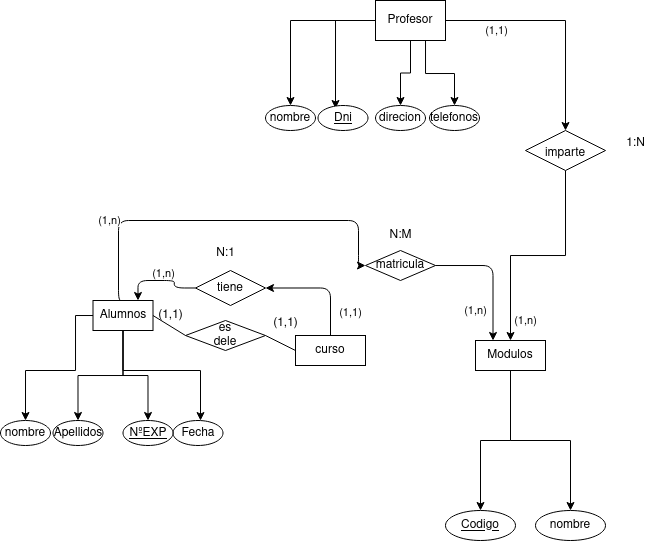
This is Ejercicios/images/diagrama_BAE_E2.drawio.png from adogonz23/BAE, a draw.io export, as it was before one commit. Source tidied: cells renumbered, new cells last; positions are measured from the earlier drawing's top-left corner, leaving out a move shared by most shapes.
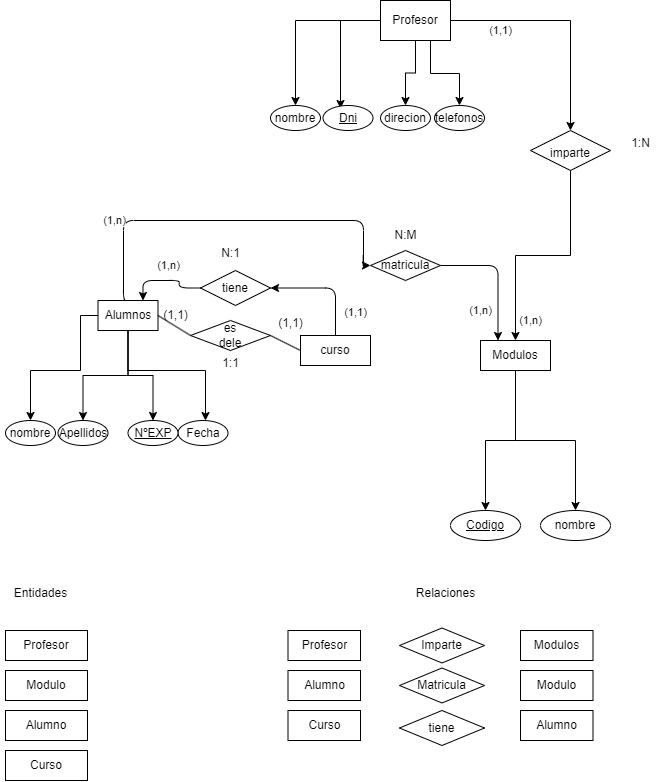
After the commit.

Diff of the diagram source:
```diff
@@ -165,7 +165,7 @@
     </mxCell>
     <mxCell id="44" value="(1,n)" style="edgeLabel;html=1;align=center;verticalAlign=middle;" parent="43" vertex="1">
       <mxGeometry x="-0.13" y="1" relative="1" as="geometry">
-        <mxPoint x="-3" y="-8" as="offset" />
+        <mxPoint x="-3" y="-16" as="offset" />
       </mxGeometry>
     </mxCell>
     <mxCell id="45" value="tiene" style="rhombus;whiteSpace=wrap;html=1;" parent="1" vertex="1">
@@ -194,5 +194,53 @@
     <mxCell id="52" value="(1,1)" style="text;html=1;align=center;verticalAlign=middle;strokeColor=none;fillColor=none;" parent="1" vertex="1">
       <mxGeometry x="260" y="308" width="50" height="30" as="geometry" />
     </mxCell>
+    <mxCell id="53" value="1:1" style="text;html=1;align=center;verticalAlign=middle;strokeColor=none;fillColor=none;" parent="1" vertex="1">
+      <mxGeometry x="205" y="348" width="40" height="30" as="geometry" />
+    </mxCell>
+    <mxCell id="54" value="Profesor" style="rounded=0;whiteSpace=wrap;html=1;" parent="1" vertex="1">
+      <mxGeometry y="630" width="82" height="30" as="geometry" />
+    </mxCell>
+    <mxCell id="55" value="Curso" style="rounded=0;whiteSpace=wrap;html=1;" parent="1" vertex="1">
+      <mxGeometry y="750" width="82" height="30" as="geometry" />
+    </mxCell>
+    <mxCell id="56" value="Modulo" style="rounded=0;whiteSpace=wrap;html=1;" parent="1" vertex="1">
+      <mxGeometry y="670" width="82" height="30" as="geometry" />
+    </mxCell>
+    <mxCell id="57" value="Alumno" style="rounded=0;whiteSpace=wrap;html=1;" parent="1" vertex="1">
+      <mxGeometry y="710" width="82" height="30" as="geometry" />
+    </mxCell>
+    <mxCell id="58" value="Entidades" style="text;html=1;align=center;verticalAlign=middle;strokeColor=none;fillColor=none;" parent="1" vertex="1">
+      <mxGeometry x="-5" y="578" width="80" height="30" as="geometry" />
+    </mxCell>
+    <mxCell id="59" value="Profesor" style="rounded=0;whiteSpace=wrap;html=1;" parent="1" vertex="1">
+      <mxGeometry x="282.5" y="630" width="72.5" height="30" as="geometry" />
+    </mxCell>
+    <mxCell id="60" value="Alumno" style="rounded=0;whiteSpace=wrap;html=1;" parent="1" vertex="1">
+      <mxGeometry x="282.5" y="670" width="72.5" height="30" as="geometry" />
+    </mxCell>
+    <mxCell id="61" value="Curso" style="rounded=0;whiteSpace=wrap;html=1;" parent="1" vertex="1">
+      <mxGeometry x="282.5" y="710" width="72.5" height="30" as="geometry" />
+    </mxCell>
+    <mxCell id="62" value="Alumno" style="rounded=0;whiteSpace=wrap;html=1;" parent="1" vertex="1">
+      <mxGeometry x="515" y="710" width="72.5" height="30" as="geometry" />
+    </mxCell>
+    <mxCell id="63" value="Modulo" style="rounded=0;whiteSpace=wrap;html=1;" parent="1" vertex="1">
+      <mxGeometry x="515" y="670" width="72.5" height="30" as="geometry" />
+    </mxCell>
+    <mxCell id="64" value="Modulos" style="rounded=0;whiteSpace=wrap;html=1;" parent="1" vertex="1">
+      <mxGeometry x="515" y="630" width="72.5" height="30" as="geometry" />
+    </mxCell>
+    <mxCell id="65" value="Relaciones" style="text;html=1;align=center;verticalAlign=middle;strokeColor=none;fillColor=none;" parent="1" vertex="1">
+      <mxGeometry x="400" y="578" width="80" height="30" as="geometry" />
+    </mxCell>
+    <mxCell id="66" value="Imparte" style="rhombus;whiteSpace=wrap;html=1;" parent="1" vertex="1">
+      <mxGeometry x="394" y="627.5" width="85" height="35" as="geometry" />
+    </mxCell>
+    <mxCell id="67" value="tiene" style="rhombus;whiteSpace=wrap;html=1;" parent="1" vertex="1">
+      <mxGeometry x="394" y="710" width="85" height="35" as="geometry" />
+    </mxCell>
+    <mxCell id="68" value="Matricula" style="rhombus;whiteSpace=wrap;html=1;" parent="1" vertex="1">
+      <mxGeometry x="394" y="667.5" width="85" height="35" as="geometry" />
+    </mxCell>
   </root>
 </mxGraphModel>
```
